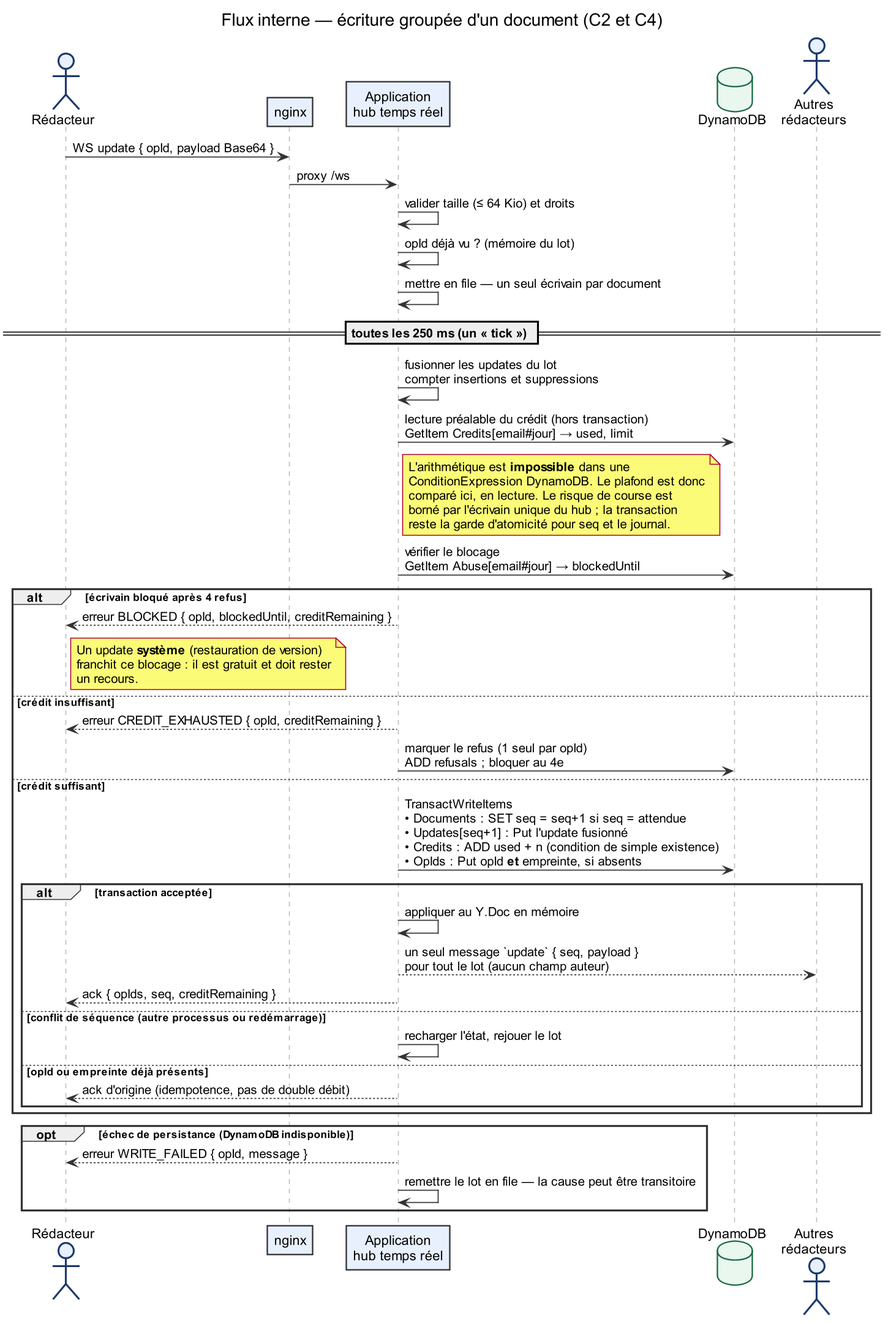
This is docs/diagrammes-conception/png/04-flux-ecriture.png from Djusse/Editeur_Partag-, a PlantUML export, as it was before one commit. Its source is kept beside it as docs/diagrammes-conception/puml/04-flux-ecriture.puml. Source of this version:
```plantuml
@startuml

skinparam {
  dpi 150
  defaultFontName Arial
  shadowing false
  ArrowColor #333333
  ArrowThickness 1.1
  BackgroundColor white
  actorBorderColor #1B3A6B
  actorBackgroundColor #E8F0FE
  databaseBorderColor #1E6B45
  databaseBackgroundColor #E9F7EF
  queueBorderColor #1E6B45
  queueBackgroundColor #E9F7EF
  sequence {
    ParticipantBorderColor #333333
    ParticipantBackgroundColor #E8F0FE
    LifeLineBorderColor #BBBBBB
    GroupBorderColor #333333
    GroupHeaderBackgroundColor #F7FBFF
    NoteBackgroundColor #FEF9E7
    NoteBorderColor #8A6D1F
  }
}

title Flux interne — écriture groupée d'un document (C2 et C4)

actor Rédacteur as R
participant nginx as N
participant "Application\nhub temps réel" as H
database DynamoDB as D
actor "Autres\nrédacteurs" as O

R -> N : WS update { opId, payload Base64 }
N -> H : proxy /ws
H -> H : valider taille (≤ 64 Kio) et droits
H -> H : opId déjà vu ? (mémoire du lot)
H -> H : mettre en file — un seul écrivain par document

== toutes les 250 ms (un « tick ») ==
H -> H : fusionner les updates du lot\ncompter insertions et suppressions
H -> D : lecture préalable du crédit (hors transaction)\nGetItem Credits[email#jour] → used, limit
note right of H
  L'arithmétique est **impossible** dans une
  ConditionExpression DynamoDB. Le plafond est donc
  comparé ici, en lecture. Le risque de course est
  borné par l'écrivain unique du hub ; la transaction
  reste la garde d'atomicité pour seq et le journal.
end note
H -> D : vérifier le blocage\nGetItem Abuse[email#jour] → blockedUntil

alt écrivain bloqué après 4 refus
  H --> R : erreur BLOCKED { opId, blockedUntil, creditRemaining }
  note right of R
    Un update **système** (restauration de version)
    franchit ce blocage : il est gratuit et doit rester
    un recours.
  end note
else crédit insuffisant
  H --> R : erreur CREDIT_EXHAUSTED { opId, creditRemaining }
  H -> D : marquer le refus (1 seul par opId)\nADD refusals ; bloquer au 4e
else crédit suffisant
  H -> D : TransactWriteItems\n• Documents : SET seq = seq+1 si seq = attendue\n• Updates[seq+1] : Put l'update fusionné\n• Credits : ADD used + n (condition de simple existence)\n• OpIds : Put opId **et** empreinte, si absents
  alt transaction acceptée
    H -> H : appliquer au Y.Doc en mémoire
    H --> O : un seul message `update` { seq, payload }\npour tout le lot (aucun champ auteur)
    H --> R : ack { opIds, seq, creditRemaining }
  else conflit de séquence (autre processus ou redémarrage)
    H -> H : recharger l'état, rejouer le lot
  else opId ou empreinte déjà présents
    H --> R : ack d'origine (idempotence, pas de double débit)
  end
end

opt échec de persistance (DynamoDB indisponible)
  H --> R : erreur WRITE_FAILED { opId, message }
  H -> H : remettre le lot en file — la cause peut être transitoire
end

@enduml
```
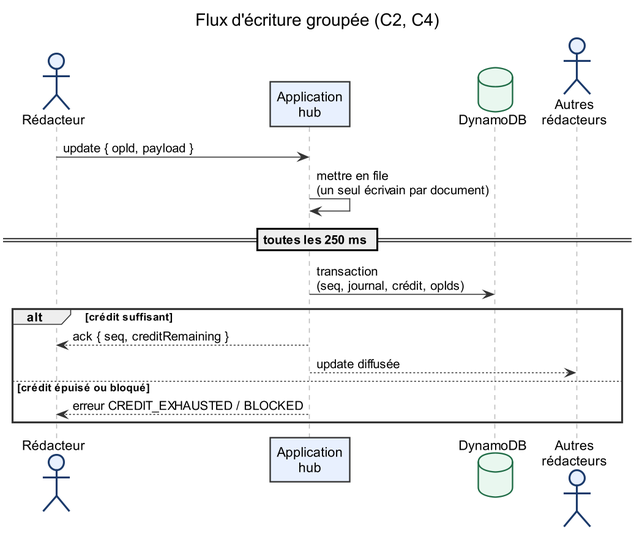
Later version of the same file.

What changed in the source:
```diff
@@ -5,77 +5,36 @@
   defaultFontName Arial
   shadowing false
   ArrowColor #333333
-  ArrowThickness 1.1
   BackgroundColor white
   actorBorderColor #1B3A6B
   actorBackgroundColor #E8F0FE
+  databaseBackgroundColor #E9F7EF
   databaseBorderColor #1E6B45
-  databaseBackgroundColor #E9F7EF
-  queueBorderColor #1E6B45
-  queueBackgroundColor #E9F7EF
   sequence {
     ParticipantBorderColor #333333
     ParticipantBackgroundColor #E8F0FE
     LifeLineBorderColor #BBBBBB
     GroupBorderColor #333333
     GroupHeaderBackgroundColor #F7FBFF
-    NoteBackgroundColor #FEF9E7
-    NoteBorderColor #8A6D1F
   }
 }
 
-title Flux interne — écriture groupée d'un document (C2 et C4)
+title Flux d'écriture groupée (C2, C4)
 
 actor Rédacteur as R
-participant nginx as N
-participant "Application\nhub temps réel" as H
+participant "Application\nhub" as H
 database DynamoDB as D
 actor "Autres\nrédacteurs" as O
 
-R -> N : WS update { opId, payload Base64 }
-N -> H : proxy /ws
-H -> H : valider taille (≤ 64 Kio) et droits
-H -> H : opId déjà vu ? (mémoire du lot)
-H -> H : mettre en file — un seul écrivain par document
-
-== toutes les 250 ms (un « tick ») ==
-H -> H : fusionner les updates du lot\ncompter insertions et suppressions
-H -> D : lecture préalable du crédit (hors transaction)\nGetItem Credits[email#jour] → used, limit
-note right of H
-  L'arithmétique est **impossible** dans une
-  ConditionExpression DynamoDB. Le plafond est donc
-  comparé ici, en lecture. Le risque de course est
-  borné par l'écrivain unique du hub ; la transaction
-  reste la garde d'atomicité pour seq et le journal.
-end note
-H -> D : vérifier le blocage\nGetItem Abuse[email#jour] → blockedUntil
-
-alt écrivain bloqué après 4 refus
-  H --> R : erreur BLOCKED { opId, blockedUntil, creditRemaining }
-  note right of R
-    Un update **système** (restauration de version)
-    franchit ce blocage : il est gratuit et doit rester
-    un recours.
-  end note
-else crédit insuffisant
-  H --> R : erreur CREDIT_EXHAUSTED { opId, creditRemaining }
-  H -> D : marquer le refus (1 seul par opId)\nADD refusals ; bloquer au 4e
-else crédit suffisant
-  H -> D : TransactWriteItems\n• Documents : SET seq = seq+1 si seq = attendue\n• Updates[seq+1] : Put l'update fusionné\n• Credits : ADD used + n (condition de simple existence)\n• OpIds : Put opId **et** empreinte, si absents
-  alt transaction acceptée
-    H -> H : appliquer au Y.Doc en mémoire
-    H --> O : un seul message `update` { seq, payload }\npour tout le lot (aucun champ auteur)
-    H --> R : ack { opIds, seq, creditRemaining }
-  else conflit de séquence (autre processus ou redémarrage)
-    H -> H : recharger l'état, rejouer le lot
-  else opId ou empreinte déjà présents
-    H --> R : ack d'origine (idempotence, pas de double débit)
-  end
-end
-
-opt échec de persistance (DynamoDB indisponible)
-  H --> R : erreur WRITE_FAILED { opId, message }
-  H -> H : remettre le lot en file — la cause peut être transitoire
+R -> H : update { opId, payload }
+H -> H : mettre en file\n(un seul écrivain par document)
+== toutes les 250 ms ==
+H -> D : transaction\n(seq, journal, crédit, opIds)
+alt crédit suffisant
+  H --> R : ack { seq, creditRemaining }
+  H --> O : update diffusée
+else crédit épuisé ou bloqué
+  H --> R : erreur CREDIT_EXHAUSTED / BLOCKED
 end
 
 @enduml
```
